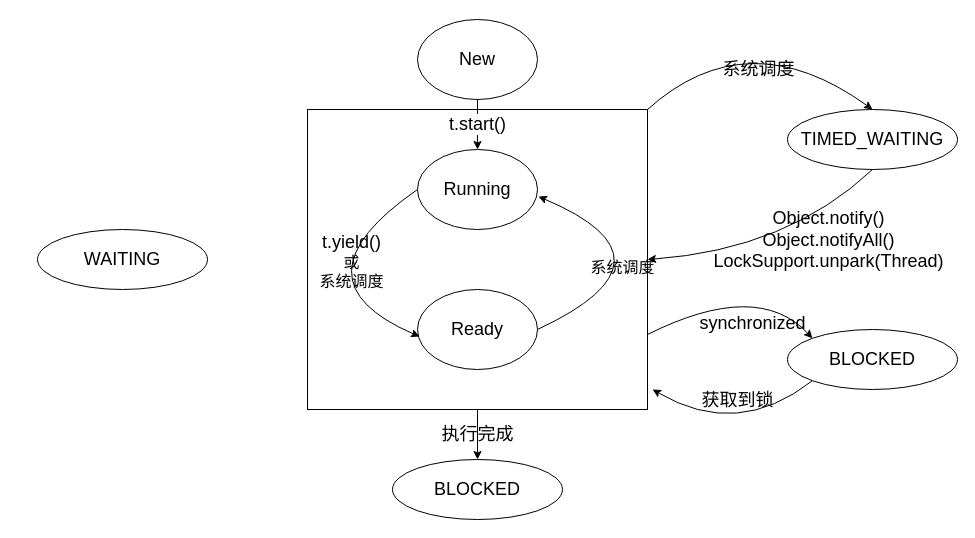
The draw.io diagram thread.drawio in dosjia/chart, before the edit. Source tidied: cells renumbered, new cells numbered last; positions are measured from the earlier drawing's top-left corner, leaving out a move shared by most shapes. Both pictures are drawn from the tidied source at 100%, with x=0, y=0 at pixel (37, 19).
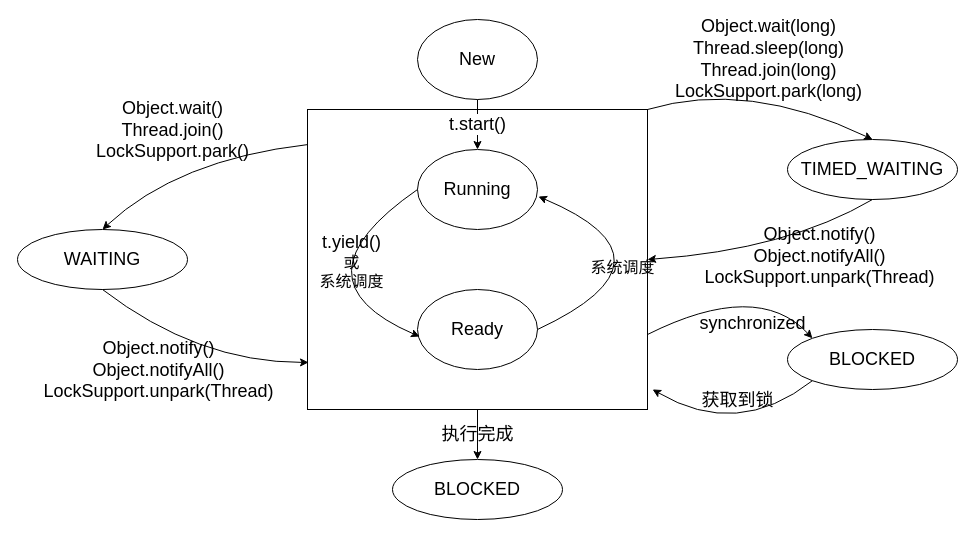
After the change.

The change refers to these unchanged cells:
```xml
<mxCell id="2" style="rounded=0;whiteSpace=wrap;html=1;" parent="1" vertex="1">
  <mxGeometry x="270" y="90" width="340" height="300" as="geometry" />
</mxCell>
```

The edit, as a diff of the source:
```diff
@@
     <mxCell id="11" value="&lt;font style=&quot;font-size: 18px&quot;&gt;TIMED_WAITING&lt;/font&gt;" style="ellipse;whiteSpace=wrap;html=1;" parent="1" vertex="1">
-      <mxGeometry x="750" y="90" width="170" height="60" as="geometry" />
+      <mxGeometry x="750" y="120" width="170" height="60" as="geometry" />
     </mxCell>
     <mxCell id="12" style="curved=1;endArrow=classic;html=1;exitX=1;exitY=0;exitDx=0;exitDy=0;entryX=0.5;entryY=0;entryDx=0;entryDy=0;" parent="1" edge="1" source="2" target="11">
       <mxGeometry relative="1" as="geometry">
         <Array as="points">
-          <mxPoint x="710" />
+          <mxPoint x="710" y="60" />
         </Array>
       </mxGeometry>
     </mxCell>
-    <mxCell id="13" value="&lt;font style=&quot;font-size: 18px&quot;&gt;系统调度&lt;/font&gt;" style="edgeLabel;html=1;align=center;verticalAlign=middle;labelBackgroundColor=none;" parent="12" vertex="1">
+    <mxCell id="13" value="&lt;div&gt;&lt;font style=&quot;font-size: 18px&quot;&gt;Object.wait(long)&lt;/font&gt;&lt;/div&gt;&lt;div&gt;&lt;font style=&quot;font-size: 18px&quot;&gt;Thread.sleep(long)&lt;/font&gt;&lt;/div&gt;&lt;div&gt;&lt;font style=&quot;font-size: 18px&quot;&gt;Thread.join(long)&lt;/font&gt;&lt;/div&gt;&lt;div&gt;&lt;font style=&quot;font-size: 18px&quot;&gt;LockSupport.park(long)&lt;br&gt;&lt;/font&gt;&lt;/div&gt;" style="edgeLabel;html=1;align=center;verticalAlign=middle;labelBackgroundColor=none;" parent="12" vertex="1">
       <mxGeometry x="-0.37" y="21" relative="1" as="geometry">
-        <mxPoint x="57" y="36" as="offset" />
+        <mxPoint x="53" y="-8" as="offset" />
       </mxGeometry>
     </mxCell>
@@
     <mxCell id="23" value="&lt;font style=&quot;font-size: 18px&quot;&gt;WAITING&lt;/font&gt;" style="ellipse;whiteSpace=wrap;html=1;" parent="1" vertex="1">
-      <mxGeometry y="210" width="170" height="60" as="geometry" />
+      <mxGeometry x="-20" y="210" width="170" height="60" as="geometry" />
     </mxCell>
+    <mxCell id="24" style="curved=1;endArrow=classic;html=1;exitX=0;exitY=0.117;exitDx=0;exitDy=0;entryX=0.5;entryY=0;entryDx=0;entryDy=0;exitPerimeter=0;" parent="1" edge="1" source="2" target="23">
+      <mxGeometry relative="1" as="geometry">
+        <Array as="points">
+          <mxPoint x="140" y="140" />
+        </Array>
+      </mxGeometry>
+    </mxCell>
+    <mxCell id="25" value="&lt;div&gt;&lt;font style=&quot;font-size: 18px&quot;&gt;Object.wait()&lt;/font&gt;&lt;/div&gt;&lt;div&gt;&lt;font style=&quot;font-size: 18px&quot;&gt;Thread.join()&lt;/font&gt;&lt;/div&gt;&lt;div&gt;&lt;font style=&quot;font-size: 18px&quot;&gt;LockSupport.park()&lt;br&gt;&lt;/font&gt;&lt;/div&gt;" style="edgeLabel;html=1;align=center;verticalAlign=middle;labelBackgroundColor=none;" parent="24" vertex="1">
+      <mxGeometry x="-0.37" y="21" relative="1" as="geometry">
+        <mxPoint x="-64" y="-44" as="offset" />
+      </mxGeometry>
+    </mxCell>
+    <mxCell id="26" style="curved=1;endArrow=classic;html=1;exitX=0.5;exitY=1;exitDx=0;exitDy=0;entryX=0.003;entryY=0.843;entryDx=0;entryDy=0;entryPerimeter=0;" parent="1" edge="1" source="23" target="2">
+      <mxGeometry relative="1" as="geometry">
+        <Array as="points">
+          <mxPoint x="160" y="343" />
+        </Array>
+      </mxGeometry>
+    </mxCell>
+    <mxCell id="27" value="&lt;div&gt;&lt;font style=&quot;font-size: 18px&quot;&gt;Object.notify()&lt;/font&gt;&lt;/div&gt;&lt;div&gt;&lt;font style=&quot;font-size: 18px&quot;&gt;Object.notifyAll()&lt;/font&gt;&lt;/div&gt;&lt;div&gt;&lt;font style=&quot;font-size: 18px&quot;&gt;LockSupport.unpark(Thread)&lt;br&gt;&lt;/font&gt;&lt;/div&gt;" style="edgeLabel;html=1;align=center;verticalAlign=middle;labelBackgroundColor=none;" parent="26" vertex="1">
+      <mxGeometry x="-0.37" y="21" relative="1" as="geometry">
+        <mxPoint x="-15" y="53" as="offset" />
+      </mxGeometry>
+    </mxCell>
```
